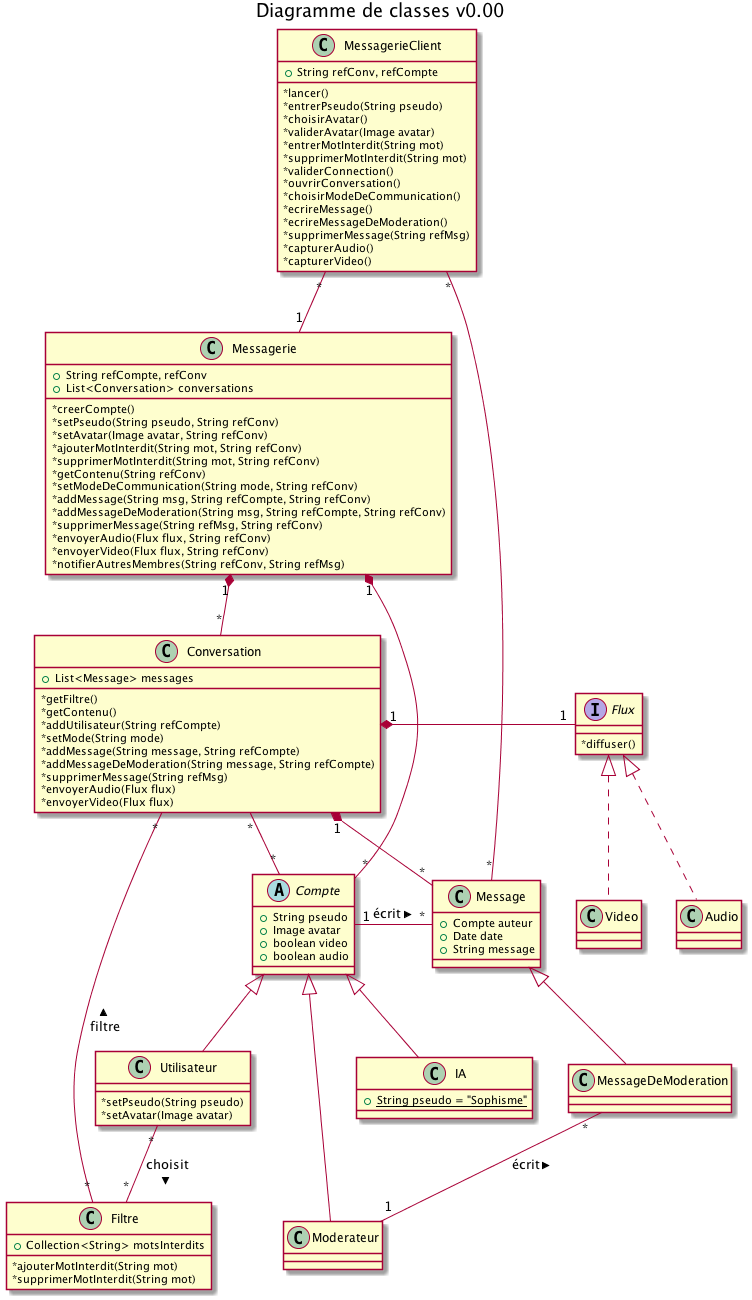
Before: DC/diagrammes/detailedConception.png, a diagram exported from PlantUML (gdarchen/WhatsASI). The source it was exported from:
```plantuml
@startuml
title Diagramme de classes v0.00

class MessagerieClient {
    +String refConv, refCompte
    *lancer()
    *entrerPseudo(String pseudo)
    *choisirAvatar()
    *validerAvatar(Image avatar)
    *entrerMotInterdit(String mot)
    *supprimerMotInterdit(String mot)
    *validerConnection()
    *ouvrirConversation()
    *choisirModeDeCommunication()
    *ecrireMessage()
    *ecrireMessageDeModeration()
    *supprimerMessage(String refMsg)
    *capturerAudio()
    *capturerVideo()
}


class Messagerie {
    +String refCompte, refConv
    +List<Conversation> conversations
    *creerCompte()
    *setPseudo(String pseudo, String refConv)
    *setAvatar(Image avatar, String refConv)
    *ajouterMotInterdit(String mot, String refConv)
    *supprimerMotInterdit(String mot, String refConv)
    *getContenu(String refConv)
    *setModeDeCommunication(String mode, String refConv)
    *addMessage(String msg, String refCompte, String refConv)
    *addMessageDeModeration(String msg, String refCompte, String refConv)
    *supprimerMessage(String refMsg, String refConv)
    *envoyerAudio(Flux flux, String refConv)
    *envoyerVideo(Flux flux, String refConv)
    *notifierAutresMembres(String refConv, String refMsg)
}

abstract class Compte {
	+String pseudo
	+Image avatar
	+boolean video
	+boolean audio
}

class Utilisateur {
    *setPseudo(String pseudo)
    *setAvatar(Image avatar)
}

class Moderateur
class IA {
	{static} +String pseudo = "Sophisme"
}

class Conversation {
    +List<Message> messages
    *getFiltre()
    *getContenu()
    *addUtilisateur(String refCompte)
    *setMode(String mode)
    *addMessage(String message, String refCompte)
    *addMessageDeModeration(String message, String refCompte)
    *supprimerMessage(String refMsg)
    *envoyerAudio(Flux flux)
    *envoyerVideo(Flux flux)
}
class Filtre {
    +Collection<String> motsInterdits
    *ajouterMotInterdit(String mot)
    *supprimerMotInterdit(String mot)
}
class Message {
	+Compte auteur
	+Date date
	+String message
}

class MessageDeModeration
class Conversation
class Video
class Audio
interface Flux {
    *diffuser()
}

Messagerie "1" *-down- "*" Conversation

Compte "*" -- "*" Conversation

Messagerie "1" *-down- "*" Compte

Compte <|-- Moderateur
Compte <|-- Utilisateur
Compte <|-- IA

Conversation "1" *- "1" Flux
Flux <|.. Video
Flux <|.. Audio

Utilisateur "*" -- "*" Filtre : choisit >

Conversation "*" -- "*" Filtre : < filtre

Message <|-- MessageDeModeration
Message "*" -down-* "1" Conversation

MessagerieClient "*" -- "1" Messagerie
MessagerieClient "*" -- "*" Message

Compte "1" -right- "*" Message : écrit >
MessageDeModeration "*" -- "1" Moderateur : < écrit
@enduml
```
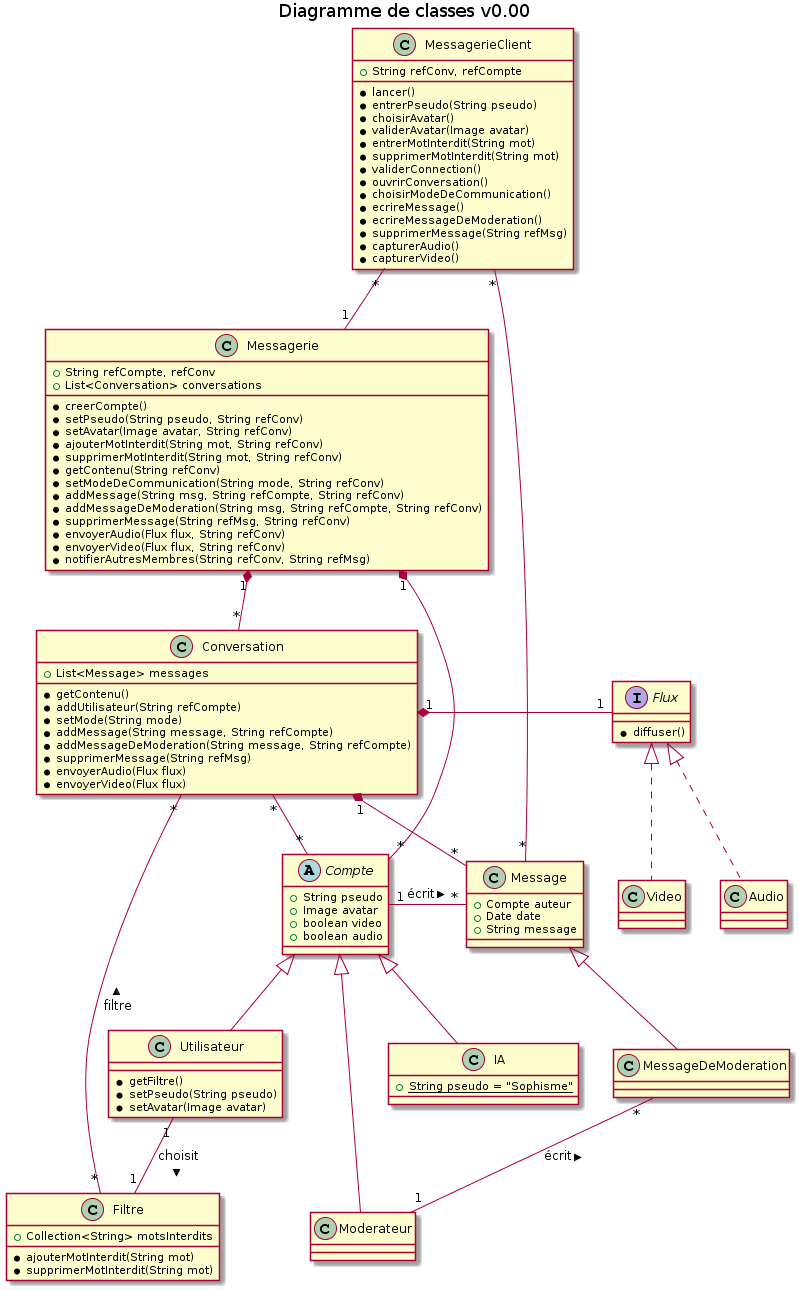
After the change.

Commit message:
Diagrammes màj et dcs

The edit, as a diff of the source:
```diff
@@ -46,6 +46,7 @@
 }
 
 class Utilisateur {
+    *getFiltre()
     *setPseudo(String pseudo)
     *setAvatar(Image avatar)
 }
@@ -57,7 +58,6 @@
 
 class Conversation {
     +List<Message> messages
-    *getFiltre()
     *getContenu()
     *addUtilisateur(String refCompte)
     *setMode(String mode)
@@ -100,7 +100,7 @@
 Flux <|.. Video
 Flux <|.. Audio
 
-Utilisateur "*" -- "*" Filtre : choisit >
+Utilisateur "1" -- "1" Filtre : choisit >
 
 Conversation "*" -- "*" Filtre : < filtre
 
```
